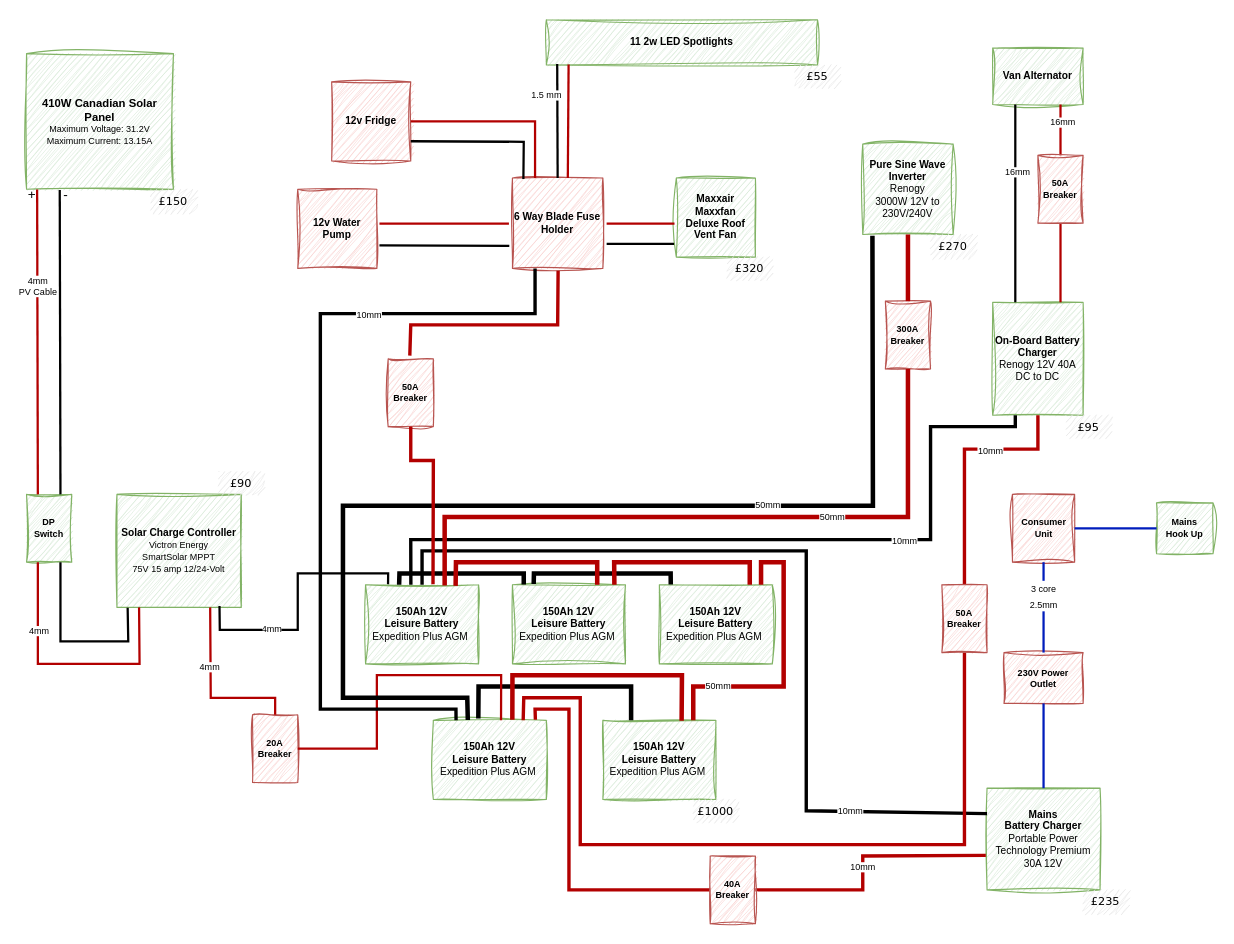
Earlier version of the draw.io diagram Designs.drawio (martinlt/reference). Source tidied: cells renumbered, new cells numbered last; positions are measured from the earlier drawing's top-left corner, leaving out a move shared by most shapes. Both pictures are drawn from the tidied source at 113%, with x=0, y=0 at pixel (26, 19).
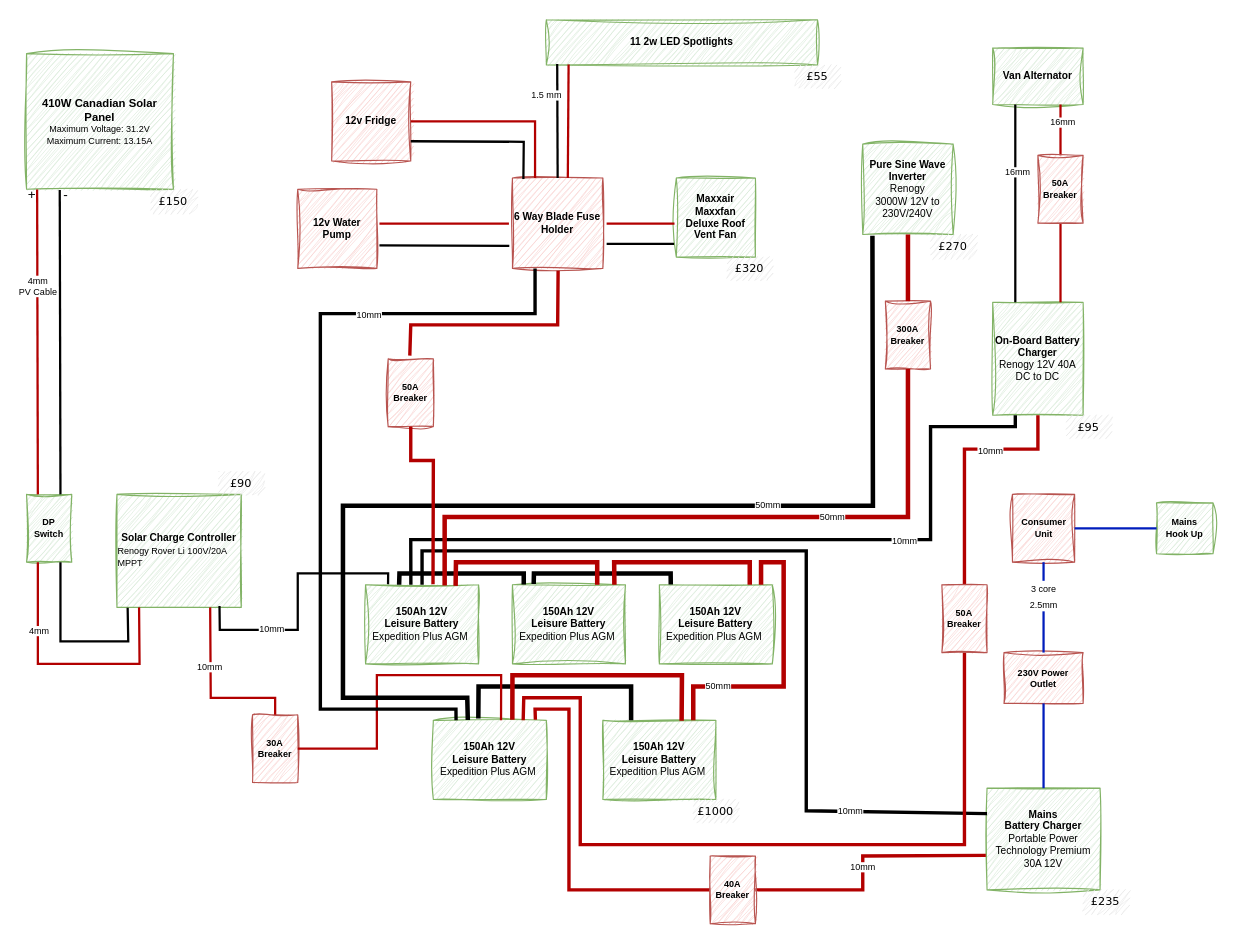
Above is the later version.

Unchanged cells that the change refers to:
```xml
<mxCell id="14" style="endArrow=none;html=1;rounded=0;exitX=0.199;exitY=-0.005;exitDx=0;exitDy=0;strokeWidth=2;entryX=0.825;entryY=0.988;entryDx=0;entryDy=0;entryPerimeter=0;exitPerimeter=0;" parent="1" edge="1" source="16" target="4">
  <mxGeometry relative="1" as="geometry">
    <Array as="points">
      <mxPoint x="320" y="490" />
      <mxPoint x="240" y="490" />
      <mxPoint x="240" y="540" />
      <mxPoint x="171" y="540" />
    </Array>
  </mxGeometry>
</mxCell>
<mxCell id="30" style="endArrow=none;html=1;rounded=0;exitX=0.5;exitY=0;exitDx=0;exitDy=0;strokeWidth=2;entryX=0.75;entryY=1;entryDx=0;entryDy=0;strokeColor=#B20000;fillColor=#e51400;" parent="1" edge="1" source="28" target="4">
  <mxGeometry relative="1" as="geometry">
    <Array as="points">
      <mxPoint x="220" y="600" />
      <mxPoint x="163" y="600" />
    </Array>
  </mxGeometry>
</mxCell>
```

The edit, as a diff of the source:
```diff
@@
-    <mxCell id="4" value="&lt;b&gt;Solar Charge Controller&lt;/b&gt;&lt;br&gt;&lt;font style=&quot;font-size: 8px;&quot;&gt;Victron Energy &lt;br&gt;SmartSolar MPPT &lt;br&gt;75V 15 amp 12/24-Volt&lt;/font&gt;" style="rounded=0;whiteSpace=wrap;html=1;sketch=1;curveFitting=1;jiggle=2;fontSize=9;fillColor=#d5e8d4;strokeColor=#82b366;" parent="1" vertex="1">
+    <mxCell id="4" value="&lt;b&gt;Solar Charge Controller&lt;/b&gt;&lt;br&gt;&lt;div style=&quot;text-align: left;&quot;&gt;&lt;span style=&quot;font-size: 8px;&quot;&gt;Renogy Rover Li&amp;nbsp;&lt;/span&gt;&lt;span style=&quot;font-size: 8px;&quot;&gt;100V/20A MPPT&lt;/span&gt;&lt;/div&gt;" style="rounded=0;whiteSpace=wrap;html=1;sketch=1;curveFitting=1;jiggle=2;fontSize=9;fillColor=#d5e8d4;strokeColor=#82b366;" parent="1" vertex="1">
       <mxGeometry x="80" y="420" width="110" height="100" as="geometry" />
     </mxCell>
@@
-    <mxCell id="15" value="4mm" style="edgeLabel;html=1;align=center;verticalAlign=middle;fontSize=8;" parent="14" vertex="1">
+    <mxCell id="15" value="10mm" style="edgeLabel;html=1;align=center;verticalAlign=middle;fontSize=8;" parent="14" vertex="1">
       <mxGeometry x="0.42" y="-2" relative="1" as="geometry" />
     </mxCell>
@@
-    <mxCell id="28" value="&lt;span style=&quot;font-size: 8px;&quot;&gt;&lt;b style=&quot;font-size: 8px;&quot;&gt;20A&lt;br&gt;Breaker&lt;br&gt;&lt;/b&gt;&lt;/span&gt;" style="rounded=0;whiteSpace=wrap;html=1;sketch=1;curveFitting=1;jiggle=2;fontSize=8;fillColor=#f8cecc;strokeColor=#b85450;" parent="1" vertex="1">
+    <mxCell id="28" value="&lt;span style=&quot;font-size: 8px;&quot;&gt;&lt;b style=&quot;font-size: 8px;&quot;&gt;30A Breaker&lt;br&gt;&lt;/b&gt;&lt;/span&gt;" style="rounded=0;whiteSpace=wrap;html=1;sketch=1;curveFitting=1;jiggle=2;fontSize=8;fillColor=#f8cecc;strokeColor=#b85450;" parent="1" vertex="1">
       <mxGeometry x="200" y="615" width="40" height="60" as="geometry" />
     </mxCell>
@@
-    <mxCell id="31" value="4mm" style="edgeLabel;html=1;align=center;verticalAlign=middle;fontSize=8;" parent="30" vertex="1">
+    <mxCell id="31" value="10mm" style="edgeLabel;html=1;align=center;verticalAlign=middle;fontSize=8;" parent="30" vertex="1">
       <mxGeometry x="0.32" y="1" relative="1" as="geometry" />
     </mxCell>
```
